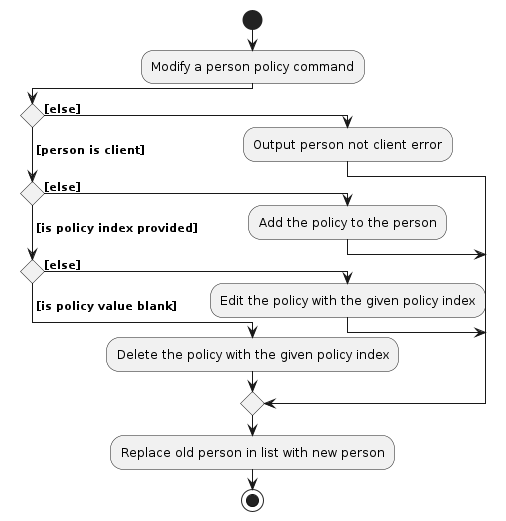
AY2324S2-CS2103T-T13-3/tp keeps this PlantUML diagram as diagrams/PolicyActivityDiagram.png. Above is the earlier version. Its source is kept beside it as diagrams/PolicyActivityDiagram.puml.
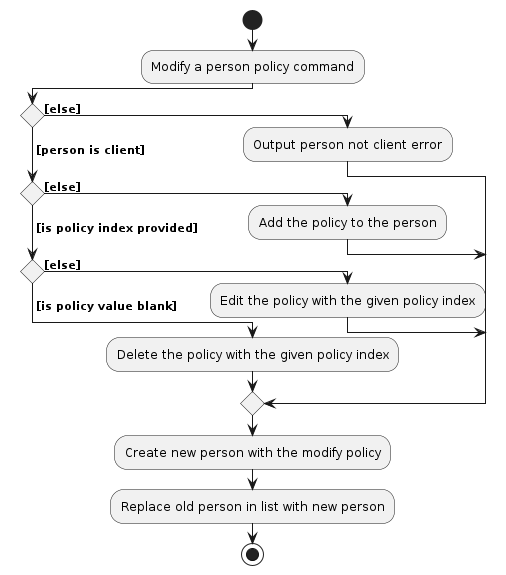
After the commit.

Diff of the diagram source:
```diff
@@ -16,6 +16,7 @@
 else ( [is policy value blank])
     :Delete the policy with the given policy index;
 endif
+:Create new person with the modify policy;
 :Replace old person in list with new person;
 stop
 
```
